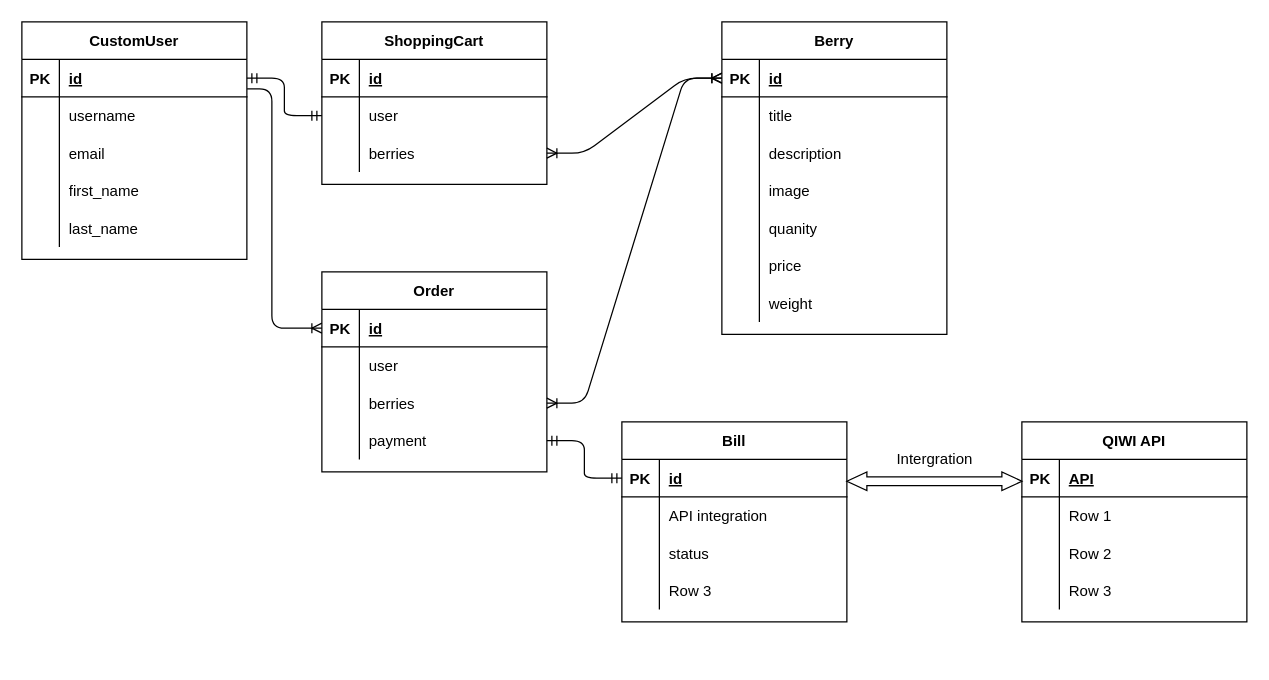
Above: web-api/db.dio in Egor4ik325/anyberry (draw.io), before the change. Source tidied: cells renumbered, new cells numbered last; positions are measured from the earlier drawing's top-left corner, leaving out a move shared by most shapes. Both pictures are drawn from the tidied source at 125%, with x=0, y=0 at pixel (21, 21).
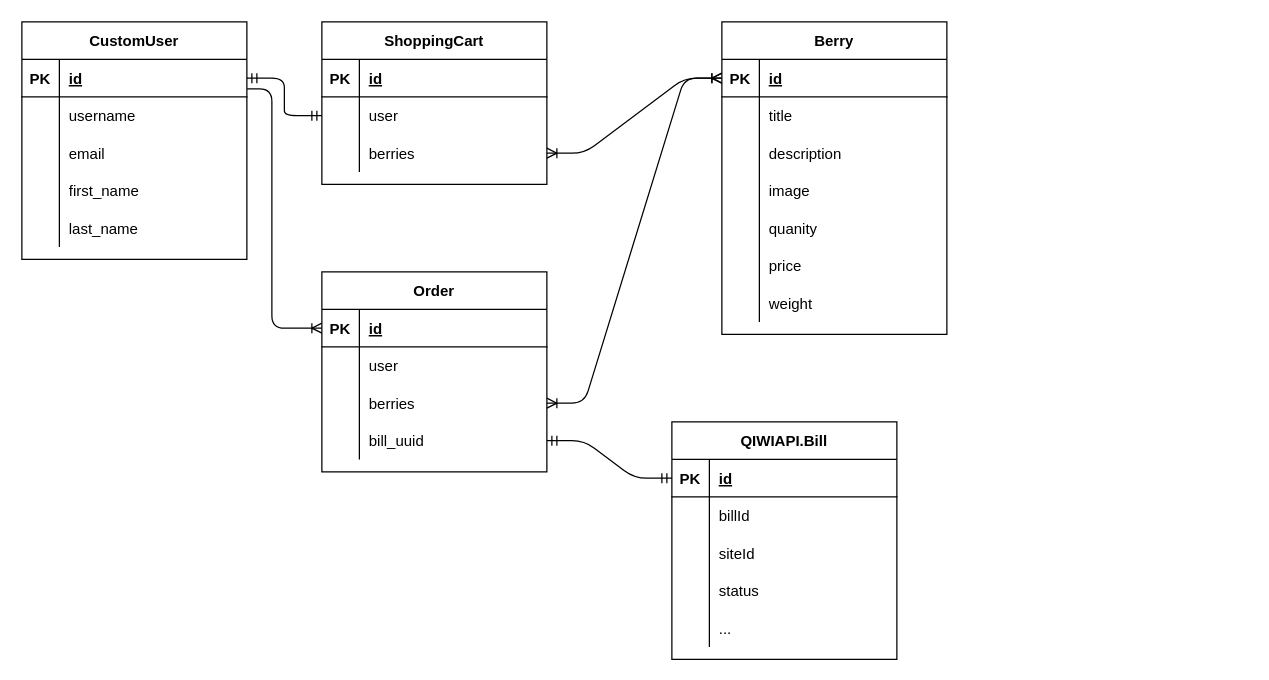
The same page after the edit.

Commit message (it also covers changes not shown here):
Invoice bill when order is saved

Unchanged cells that the change refers to:
```xml
<mxCell id="62" style="shape=partialRectangle;fillColor=none;top=0;left=0;bottom=0;right=0;points=[[0,0.5],[1,0.5]];portConstraint=eastwest;" parent="52" vertex="1">
  <mxGeometry y="120" width="180" height="30" as="geometry" />
</mxCell>
```

What changed in the source:
```diff
@@
-    <mxCell id="64" value="payment" style="shape=partialRectangle;fillColor=none;top=0;left=0;bottom=0;right=0;align=left;spacingLeft=6;overflow=hidden;" parent="62" vertex="1">
+    <mxCell id="64" value="bill_uuid" style="shape=partialRectangle;fillColor=none;top=0;left=0;bottom=0;right=0;align=left;spacingLeft=6;overflow=hidden;" parent="62" vertex="1">
       <mxGeometry x="30" width="150" height="30" as="geometry" />
     </mxCell>
-    <mxCell id="65" value="Bill" style="shape=table;startSize=30;childLayout=tableLayout;rowLines=0;fontStyle=1;align=center;" parent="1" vertex="1">
-      <mxGeometry x="480" y="320" width="180" height="160" as="geometry" />
-    </mxCell>
-    <mxCell id="66" style="shape=partialRectangle;fillColor=none;top=0;left=0;bottom=1;right=0;points=[[0,0.5],[1,0.5]];portConstraint=eastwest;" parent="65" vertex="1">
-      <mxGeometry y="30" width="180" height="30" as="geometry" />
-    </mxCell>
-    <mxCell id="67" value="PK" style="shape=partialRectangle;fillColor=none;top=0;left=0;bottom=0;right=0;fontStyle=1;overflow=hidden;" parent="66" vertex="1">
-      <mxGeometry width="30" height="30" as="geometry" />
-    </mxCell>
-    <mxCell id="68" value="id" style="shape=partialRectangle;fillColor=none;top=0;left=0;bottom=0;right=0;align=left;spacingLeft=6;fontStyle=5;overflow=hidden;" parent="66" vertex="1">
-      <mxGeometry x="30" width="150" height="30" as="geometry" />
-    </mxCell>
-    <mxCell id="69" style="shape=partialRectangle;fillColor=none;top=0;left=0;bottom=0;right=0;" parent="65" vertex="1">
-      <mxGeometry y="60" width="180" height="30" as="geometry" />
-    </mxCell>
-    <mxCell id="70" style="shape=partialRectangle;fillColor=none;top=0;left=0;bottom=0;right=0;overflow=hidden;" parent="69" vertex="1">
-      <mxGeometry width="30" height="30" as="geometry" />
-    </mxCell>
-    <mxCell id="71" value="API integration" style="shape=partialRectangle;fillColor=none;top=0;left=0;bottom=0;right=0;align=left;spacingLeft=6;overflow=hidden;" parent="69" vertex="1">
-      <mxGeometry x="30" width="150" height="30" as="geometry" />
-    </mxCell>
-    <mxCell id="72" style="shape=partialRectangle;fillColor=none;top=0;left=0;bottom=0;right=0;" parent="65" vertex="1">
-      <mxGeometry y="90" width="180" height="30" as="geometry" />
-    </mxCell>
-    <mxCell id="73" style="shape=partialRectangle;fillColor=none;top=0;left=0;bottom=0;right=0;overflow=hidden;" parent="72" vertex="1">
-      <mxGeometry width="30" height="30" as="geometry" />
-    </mxCell>
-    <mxCell id="74" value="status" style="shape=partialRectangle;fillColor=none;top=0;left=0;bottom=0;right=0;align=left;spacingLeft=6;overflow=hidden;" parent="72" vertex="1">
-      <mxGeometry x="30" width="150" height="30" as="geometry" />
-    </mxCell>
-    <mxCell id="75" style="shape=partialRectangle;fillColor=none;top=0;left=0;bottom=0;right=0;" parent="65" vertex="1">
-      <mxGeometry y="120" width="180" height="30" as="geometry" />
-    </mxCell>
-    <mxCell id="76" style="shape=partialRectangle;fillColor=none;top=0;left=0;bottom=0;right=0;overflow=hidden;" parent="75" vertex="1">
-      <mxGeometry width="30" height="30" as="geometry" />
-    </mxCell>
-    <mxCell id="77" value="Row 3" style="shape=partialRectangle;fillColor=none;top=0;left=0;bottom=0;right=0;align=left;spacingLeft=6;overflow=hidden;" parent="75" vertex="1">
-      <mxGeometry x="30" width="150" height="30" as="geometry" />
-    </mxCell>
-    <mxCell id="78" style="edgeStyle=entityRelationEdgeStyle;fontSize=12;html=1;endArrow=ERmandOne;startArrow=ERmandOne;entryX=0;entryY=0.5;entryDx=0;entryDy=0;exitX=1;exitY=0.5;exitDx=0;exitDy=0;" parent="1" edge="1" source="62" target="66">
+    <mxCell id="78" style="edgeStyle=entityRelationEdgeStyle;fontSize=12;html=1;endArrow=ERmandOne;startArrow=ERmandOne;exitX=1;exitY=0.5;exitDx=0;exitDy=0;entryX=0;entryY=0.5;entryDx=0;entryDy=0;" parent="1" edge="1" source="62" target="97">
       <mxGeometry relative="1" as="geometry" />
     </mxCell>
@@
-    <mxCell id="81" value="QIWI API" style="shape=table;startSize=30;childLayout=tableLayout;rowLines=0;fontStyle=1;align=center;" parent="1" vertex="1">
-      <mxGeometry x="800" y="320" width="180" height="160" as="geometry" />
-    </mxCell>
-    <mxCell id="82" style="shape=partialRectangle;fillColor=none;top=0;left=0;bottom=1;right=0;" parent="81" vertex="1">
-      <mxGeometry y="30" width="180" height="30" as="geometry" />
-    </mxCell>
-    <mxCell id="83" value="PK" style="shape=partialRectangle;fillColor=none;top=0;left=0;bottom=0;right=0;fontStyle=1;overflow=hidden;" parent="82" vertex="1">
-      <mxGeometry width="30" height="30" as="geometry" />
-    </mxCell>
-    <mxCell id="84" value="API" style="shape=partialRectangle;fillColor=none;top=0;left=0;bottom=0;right=0;align=left;spacingLeft=6;fontStyle=5;overflow=hidden;" parent="82" vertex="1">
-      <mxGeometry x="30" width="150" height="30" as="geometry" />
-    </mxCell>
-    <mxCell id="85" style="shape=partialRectangle;fillColor=none;top=0;left=0;bottom=0;right=0;" parent="81" vertex="1">
-      <mxGeometry y="60" width="180" height="30" as="geometry" />
-    </mxCell>
-    <mxCell id="86" style="shape=partialRectangle;fillColor=none;top=0;left=0;bottom=0;right=0;overflow=hidden;" parent="85" vertex="1">
-      <mxGeometry width="30" height="30" as="geometry" />
-    </mxCell>
-    <mxCell id="87" value="Row 1" style="shape=partialRectangle;fillColor=none;top=0;left=0;bottom=0;right=0;align=left;spacingLeft=6;overflow=hidden;" parent="85" vertex="1">
-      <mxGeometry x="30" width="150" height="30" as="geometry" />
-    </mxCell>
-    <mxCell id="88" style="shape=partialRectangle;fillColor=none;top=0;left=0;bottom=0;right=0;" parent="81" vertex="1">
-      <mxGeometry y="90" width="180" height="30" as="geometry" />
-    </mxCell>
-    <mxCell id="89" style="shape=partialRectangle;fillColor=none;top=0;left=0;bottom=0;right=0;overflow=hidden;" parent="88" vertex="1">
-      <mxGeometry width="30" height="30" as="geometry" />
-    </mxCell>
-    <mxCell id="90" value="Row 2" style="shape=partialRectangle;fillColor=none;top=0;left=0;bottom=0;right=0;align=left;spacingLeft=6;overflow=hidden;" parent="88" vertex="1">
-      <mxGeometry x="30" width="150" height="30" as="geometry" />
-    </mxCell>
-    <mxCell id="91" style="shape=partialRectangle;fillColor=none;top=0;left=0;bottom=0;right=0;" parent="81" vertex="1">
-      <mxGeometry y="120" width="180" height="30" as="geometry" />
-    </mxCell>
-    <mxCell id="92" style="shape=partialRectangle;fillColor=none;top=0;left=0;bottom=0;right=0;overflow=hidden;" parent="91" vertex="1">
-      <mxGeometry width="30" height="30" as="geometry" />
-    </mxCell>
-    <mxCell id="93" value="Row 3" style="shape=partialRectangle;fillColor=none;top=0;left=0;bottom=0;right=0;align=left;spacingLeft=6;overflow=hidden;" parent="91" vertex="1">
-      <mxGeometry x="30" width="150" height="30" as="geometry" />
-    </mxCell>
-    <mxCell id="94" style="shape=doubleArrow;whiteSpace=wrap;html=1;arrowWidth=0.4666666666666667;arrowSize=0.11428571428571428;" parent="1" vertex="1">
-      <mxGeometry x="660" y="360" width="140" height="15" as="geometry" />
-    </mxCell>
-    <mxCell id="95" value="Intergration" style="text;html=1;align=center;verticalAlign=middle;strokeColor=none;" parent="1" vertex="1">
-      <mxGeometry x="690" y="340" width="80" height="20" as="geometry" />
-    </mxCell>
+    <mxCell id="96" value="QIWIAPI.Bill" style="shape=table;startSize=30;childLayout=tableLayout;rowLines=0;fontStyle=1;align=center;" parent="1" vertex="1">
+      <mxGeometry x="520" y="320" width="180" height="190" as="geometry" />
+    </mxCell>
+    <mxCell id="97" style="shape=partialRectangle;fillColor=none;top=0;left=0;bottom=1;right=0;points=[[0,0.5],[1,0.5]];portConstraint=eastwest;" parent="96" vertex="1">
+      <mxGeometry y="30" width="180" height="30" as="geometry" />
+    </mxCell>
+    <mxCell id="98" value="PK" style="shape=partialRectangle;fillColor=none;top=0;left=0;bottom=0;right=0;fontStyle=1;overflow=hidden;" parent="97" vertex="1">
+      <mxGeometry width="30" height="30" as="geometry" />
+    </mxCell>
+    <mxCell id="68" value="id" style="shape=partialRectangle;fillColor=none;top=0;left=0;bottom=0;right=0;align=left;spacingLeft=6;fontStyle=5;overflow=hidden;" parent="97" vertex="1">
+      <mxGeometry x="30" width="150" height="30" as="geometry" />
+    </mxCell>
+    <mxCell id="99" style="shape=partialRectangle;fillColor=none;top=0;left=0;bottom=0;right=0;" parent="96" vertex="1">
+      <mxGeometry y="60" width="180" height="30" as="geometry" />
+    </mxCell>
+    <mxCell id="100" style="shape=partialRectangle;fillColor=none;top=0;left=0;bottom=0;right=0;overflow=hidden;" parent="99" vertex="1">
+      <mxGeometry width="30" height="30" as="geometry" />
+    </mxCell>
+    <mxCell id="101" value="billId" style="shape=partialRectangle;fillColor=none;top=0;left=0;bottom=0;right=0;align=left;spacingLeft=6;overflow=hidden;" parent="99" vertex="1">
+      <mxGeometry x="30" width="150" height="30" as="geometry" />
+    </mxCell>
+    <mxCell id="102" style="shape=partialRectangle;fillColor=none;top=0;left=0;bottom=0;right=0;" parent="96" vertex="1">
+      <mxGeometry y="90" width="180" height="30" as="geometry" />
+    </mxCell>
+    <mxCell id="103" style="shape=partialRectangle;fillColor=none;top=0;left=0;bottom=0;right=0;overflow=hidden;" parent="102" vertex="1">
+      <mxGeometry width="30" height="30" as="geometry" />
+    </mxCell>
+    <mxCell id="104" value="siteId" style="shape=partialRectangle;fillColor=none;top=0;left=0;bottom=0;right=0;align=left;spacingLeft=6;overflow=hidden;" parent="102" vertex="1">
+      <mxGeometry x="30" width="150" height="30" as="geometry" />
+    </mxCell>
+    <mxCell id="105" style="shape=partialRectangle;fillColor=none;top=0;left=0;bottom=0;right=0;" parent="96" vertex="1">
+      <mxGeometry y="120" width="180" height="30" as="geometry" />
+    </mxCell>
+    <mxCell id="106" style="shape=partialRectangle;fillColor=none;top=0;left=0;bottom=0;right=0;overflow=hidden;" parent="105" vertex="1">
+      <mxGeometry width="30" height="30" as="geometry" />
+    </mxCell>
+    <mxCell id="74" value="status" style="shape=partialRectangle;fillColor=none;top=0;left=0;bottom=0;right=0;align=left;spacingLeft=6;overflow=hidden;" parent="105" vertex="1">
+      <mxGeometry x="30" width="150" height="30" as="geometry" />
+    </mxCell>
+    <mxCell id="107" style="shape=partialRectangle;fillColor=none;top=0;left=0;bottom=0;right=0;" parent="96" vertex="1">
+      <mxGeometry y="150" width="180" height="30" as="geometry" />
+    </mxCell>
+    <mxCell id="108" style="shape=partialRectangle;fillColor=none;top=0;left=0;bottom=0;right=0;overflow=hidden;" parent="107" vertex="1">
+      <mxGeometry width="30" height="30" as="geometry" />
+    </mxCell>
+    <mxCell id="109" value="..." style="shape=partialRectangle;fillColor=none;top=0;left=0;bottom=0;right=0;align=left;spacingLeft=6;overflow=hidden;" parent="107" vertex="1">
+      <mxGeometry x="30" width="150" height="30" as="geometry" />
+    </mxCell>
```
